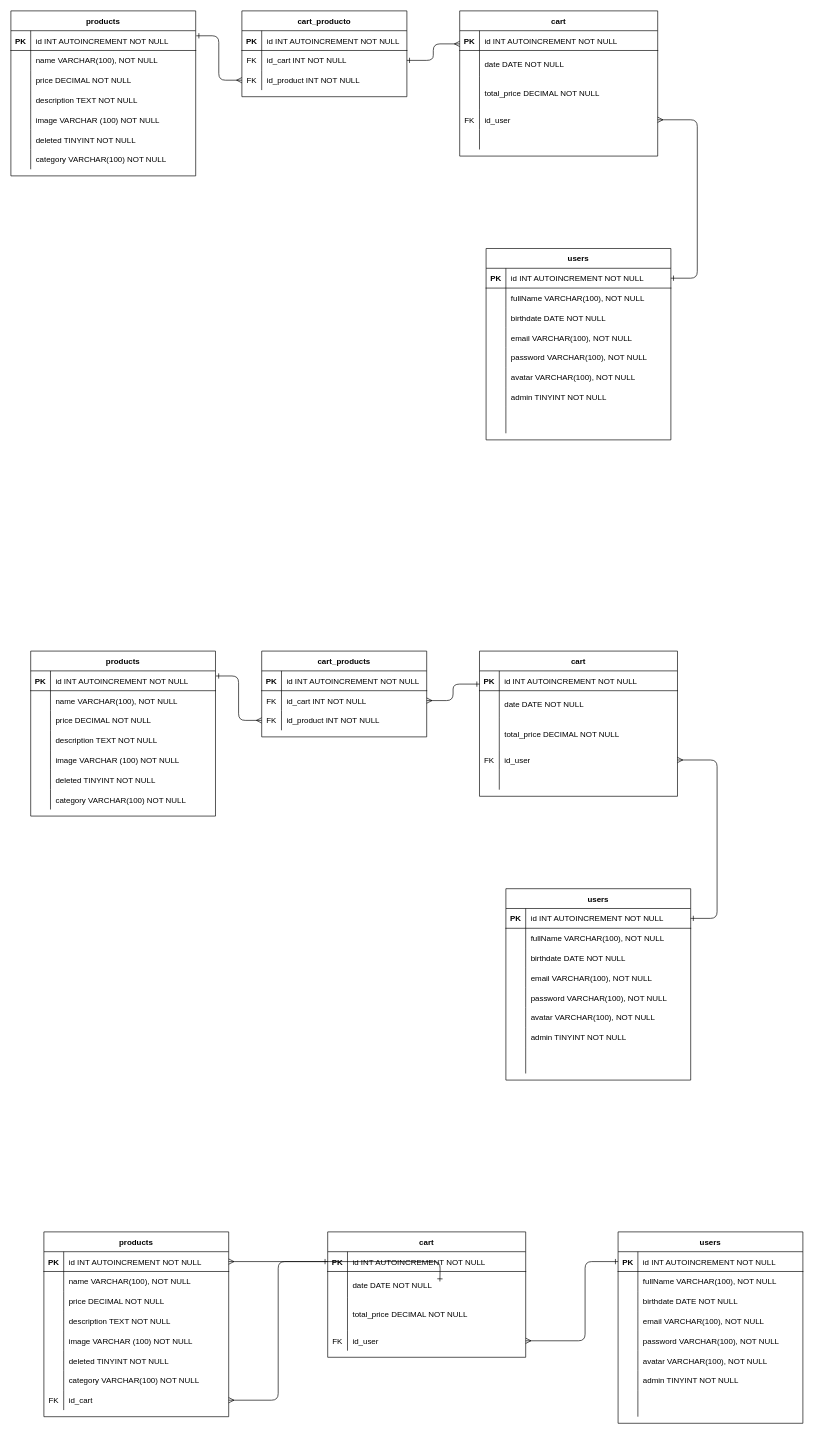
The draw.io diagram .drawio in 0621CDFSNCN12LAED/grupo-07, before the edit. Source tidied: cells renumbered, new cells numbered last; positions are measured from the earlier drawing's top-left corner, leaving out a move shared by most shapes. Both pictures are drawn from the tidied source at 66%, with x=0, y=0 at pixel (11, 11).
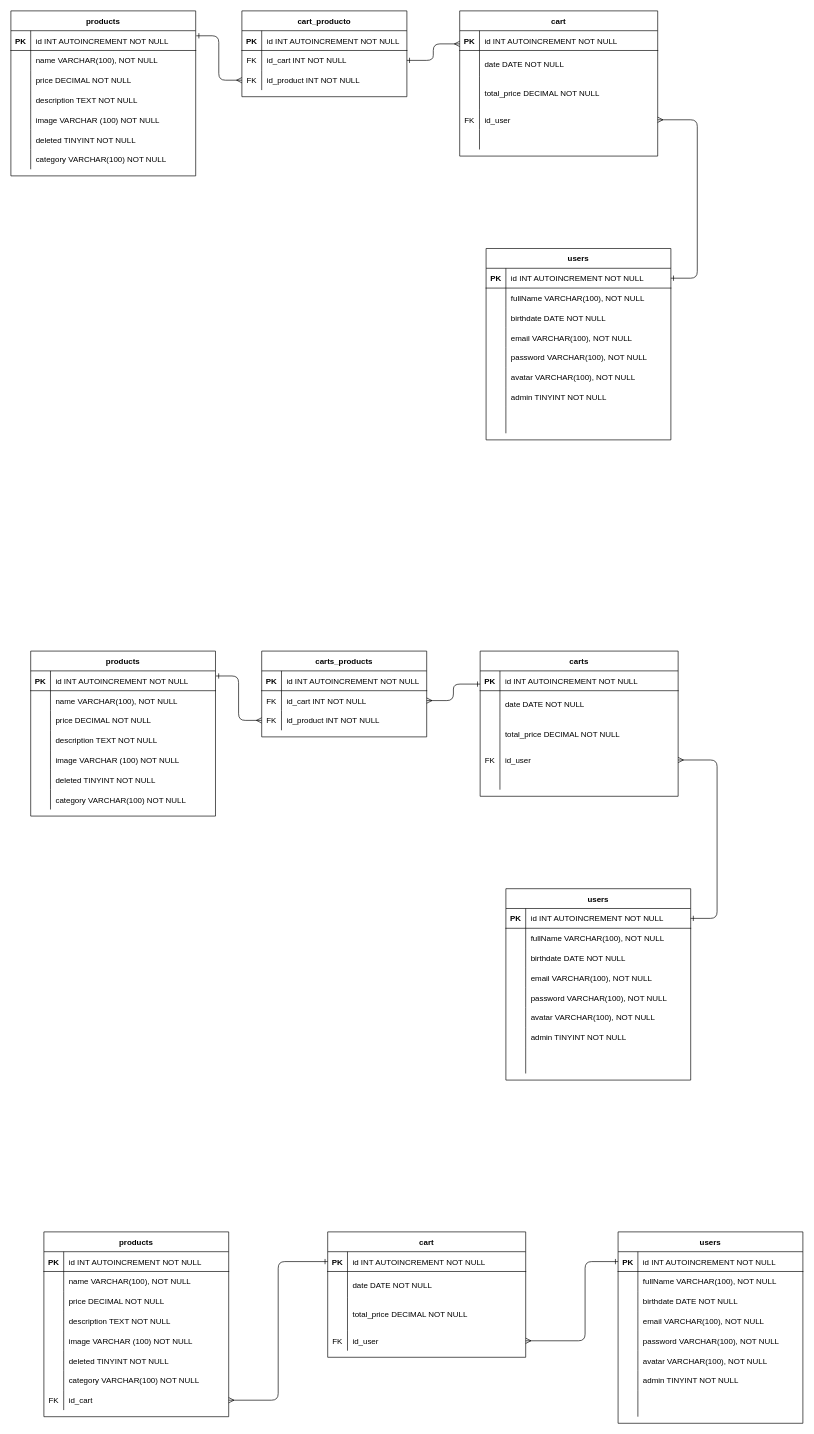
Above is the later version.

Unchanged cells that the change refers to:
```xml
<mxCell id="179" style="shape=partialRectangle;fillColor=none;top=0;left=0;bottom=1;right=0;points=[[0,0.5],[1,0.5]];portConstraint=eastwest;" parent="178" vertex="1">
  <mxGeometry y="30" width="280" height="30" as="geometry" />
</mxCell>
```

The edit, as a diff of the source:
```diff
@@
-    <mxCell id="125" value="cart" style="shape=table;startSize=30;childLayout=tableLayout;rowLines=0;fontStyle=1;align=center;" parent="1" vertex="1">
-      <mxGeometry x="710" y="970" width="300" height="220" as="geometry" />
+    <mxCell id="125" value="carts" style="shape=table;startSize=30;childLayout=tableLayout;rowLines=0;fontStyle=1;align=center;" parent="1" vertex="1">
+      <mxGeometry x="711" y="970" width="300" height="220" as="geometry" />
     </mxCell>
@@
-    <mxCell id="141" value="cart_products" style="shape=table;startSize=30;childLayout=tableLayout;rowLines=0;fontStyle=1;align=center;" parent="1" vertex="1">
+    <mxCell id="141" value="carts_products" style="shape=table;startSize=30;childLayout=tableLayout;rowLines=0;fontStyle=1;align=center;" parent="1" vertex="1">
       <mxGeometry x="380" y="970" width="250" height="130" as="geometry" />
     </mxCell>
@@
-    <mxCell id="218" style="edgeStyle=orthogonalEdgeStyle;rounded=1;jettySize=auto;html=1;startArrow=ERmany;startFill=0;endArrow=ERone;endFill=0;entryX=0;entryY=0.5;entryDx=0;entryDy=0;exitX=1;exitY=0.5;exitDx=0;exitDy=0;" parent="1" edge="1" source="179">
-      <mxGeometry relative="1" as="geometry">
-        <mxPoint x="650" y="1925.1" as="targetPoint" />
-      </mxGeometry>
-    </mxCell>
```
